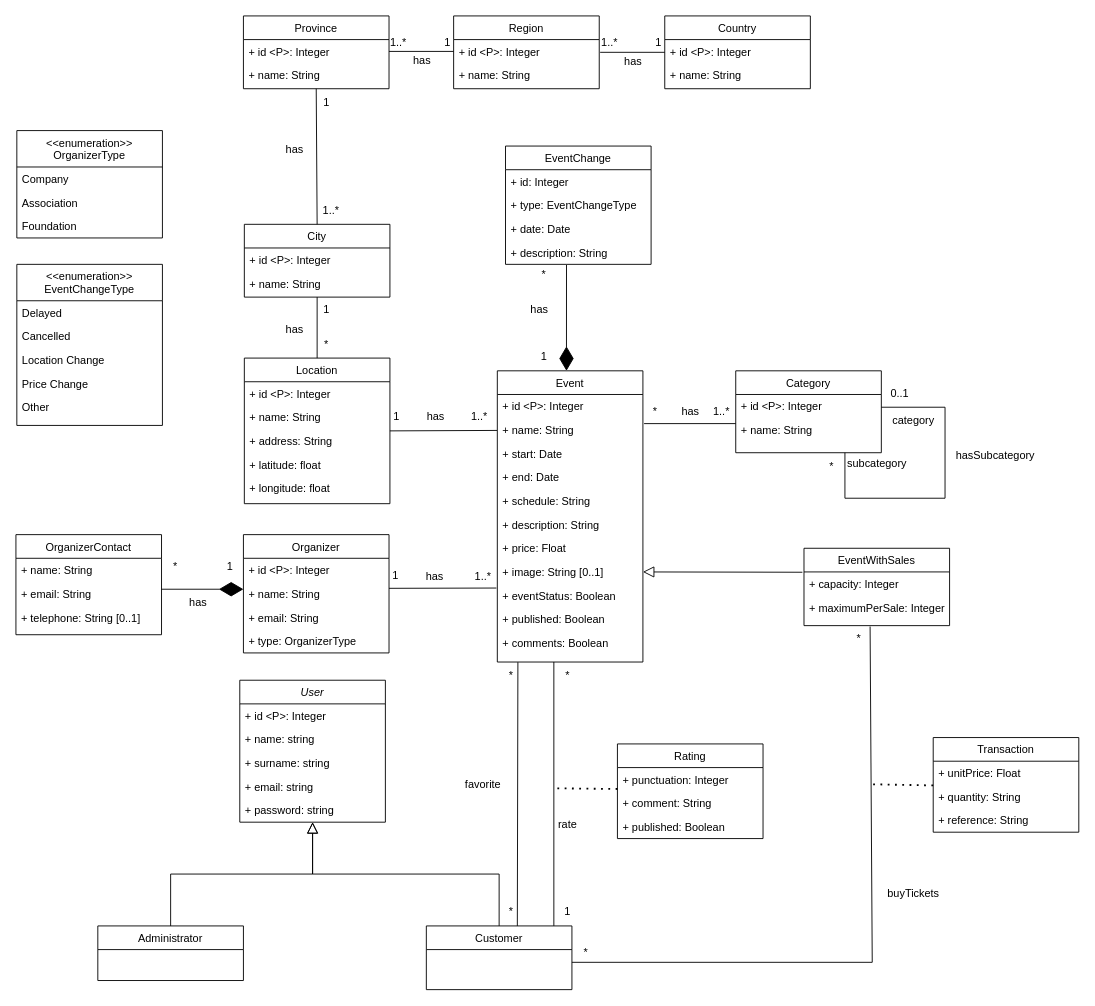
The draw.io diagram diagrams/conceptual-diagram.drawio in danielpilot/event-database, before the edit. Source tidied: cells renumbered, new cells numbered last; positions are measured from the earlier drawing's top-left corner, leaving out a move shared by most shapes. Both pictures are drawn from the tidied source at 91%, with x=0, y=0 at pixel (15, 15).
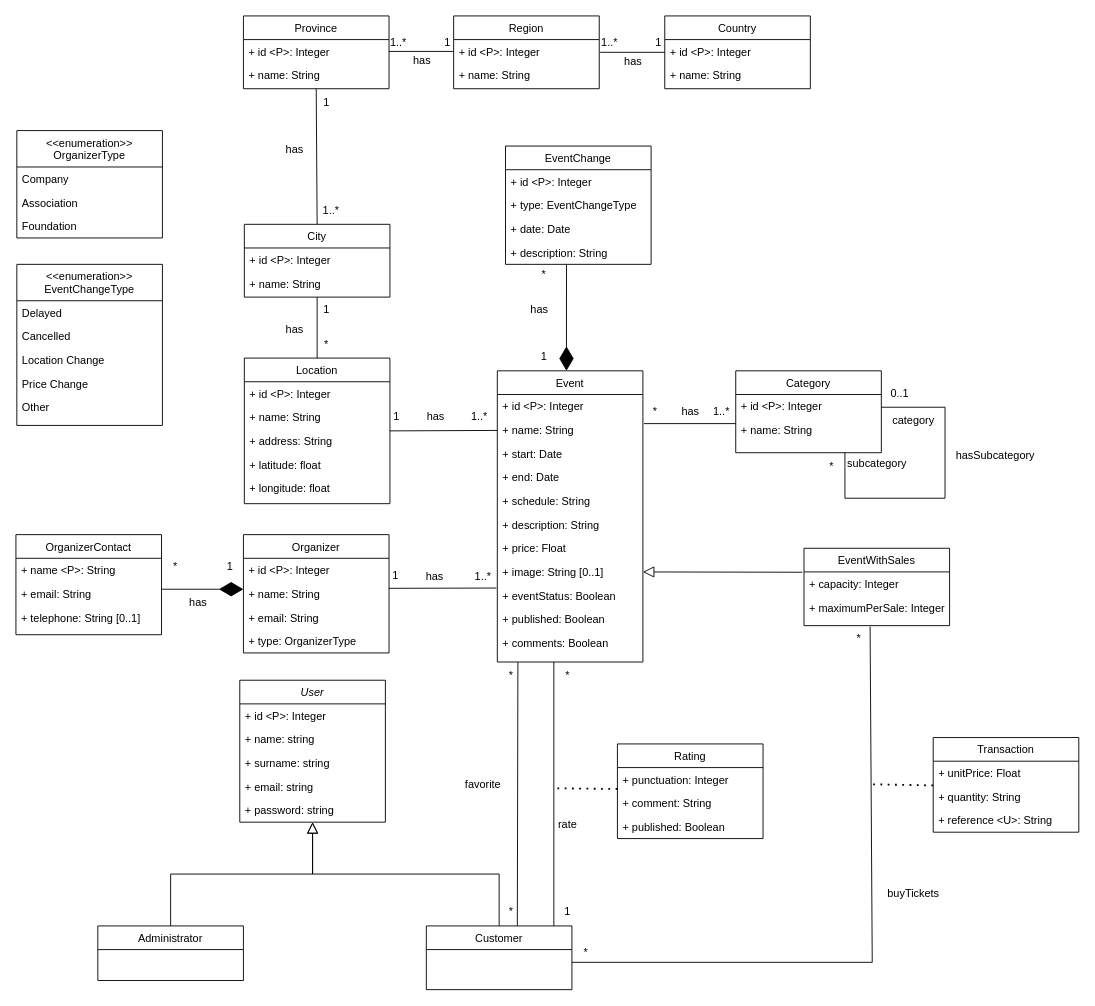
After the change.

Commit message:
Add missing PKs

The change refers to these unchanged cells:
```xml
<mxCell id="53" value="OrganizerContact" style="swimlane;fontStyle=0;align=center;verticalAlign=top;horizontal=1;startSize=26;rounded=0;shadow=0;strokeWidth=1;" parent="1" vertex="1">
  <mxGeometry y="570" width="160" height="110" as="geometry" />
</mxCell>
<mxCell id="99" value="EventChange" style="swimlane;fontStyle=0;align=center;verticalAlign=top;horizontal=1;startSize=26;rounded=0;shadow=0;strokeWidth=1;" parent="1" vertex="1">
  <mxGeometry x="538" y="143" width="160" height="130" as="geometry" />
</mxCell>
<mxCell id="136" value="Transaction" style="swimlane;fontStyle=0;align=center;verticalAlign=top;horizontal=1;startSize=26;rounded=0;shadow=0;strokeWidth=1;" parent="1" vertex="1">
  <mxGeometry x="1008" y="793" width="160" height="104" as="geometry" />
</mxCell>
```

Change to the diagram source:
```diff
@@
-    <mxCell id="54" value="+ name: String" style="text;align=left;verticalAlign=top;spacingLeft=4;spacingRight=4;overflow=hidden;rounded=0;shadow=0;html=0;" parent="53" vertex="1">
+    <mxCell id="54" value="+ name &lt;P&gt;: String" style="text;align=left;verticalAlign=top;spacingLeft=4;spacingRight=4;overflow=hidden;rounded=0;shadow=0;html=0;" parent="53" vertex="1">
       <mxGeometry y="26" width="160" height="26" as="geometry" />
     </mxCell>
@@
-    <mxCell id="100" value="+ id: Integer" style="text;align=left;verticalAlign=top;spacingLeft=4;spacingRight=4;overflow=hidden;" parent="99" vertex="1">
+    <mxCell id="100" value="+ id &lt;P&gt;: Integer" style="text;align=left;verticalAlign=top;spacingLeft=4;spacingRight=4;overflow=hidden;" parent="99" vertex="1">
       <mxGeometry y="26" width="160" height="26" as="geometry" />
     </mxCell>
@@
-    <mxCell id="139" value="+ reference: String" style="text;align=left;verticalAlign=top;spacingLeft=4;spacingRight=4;overflow=hidden;rounded=0;shadow=0;html=0;" parent="136" vertex="1">
+    <mxCell id="139" value="+ reference &lt;U&gt;: String" style="text;align=left;verticalAlign=top;spacingLeft=4;spacingRight=4;overflow=hidden;rounded=0;shadow=0;html=0;" parent="136" vertex="1">
       <mxGeometry y="78" width="160" height="26" as="geometry" />
     </mxCell>
```
